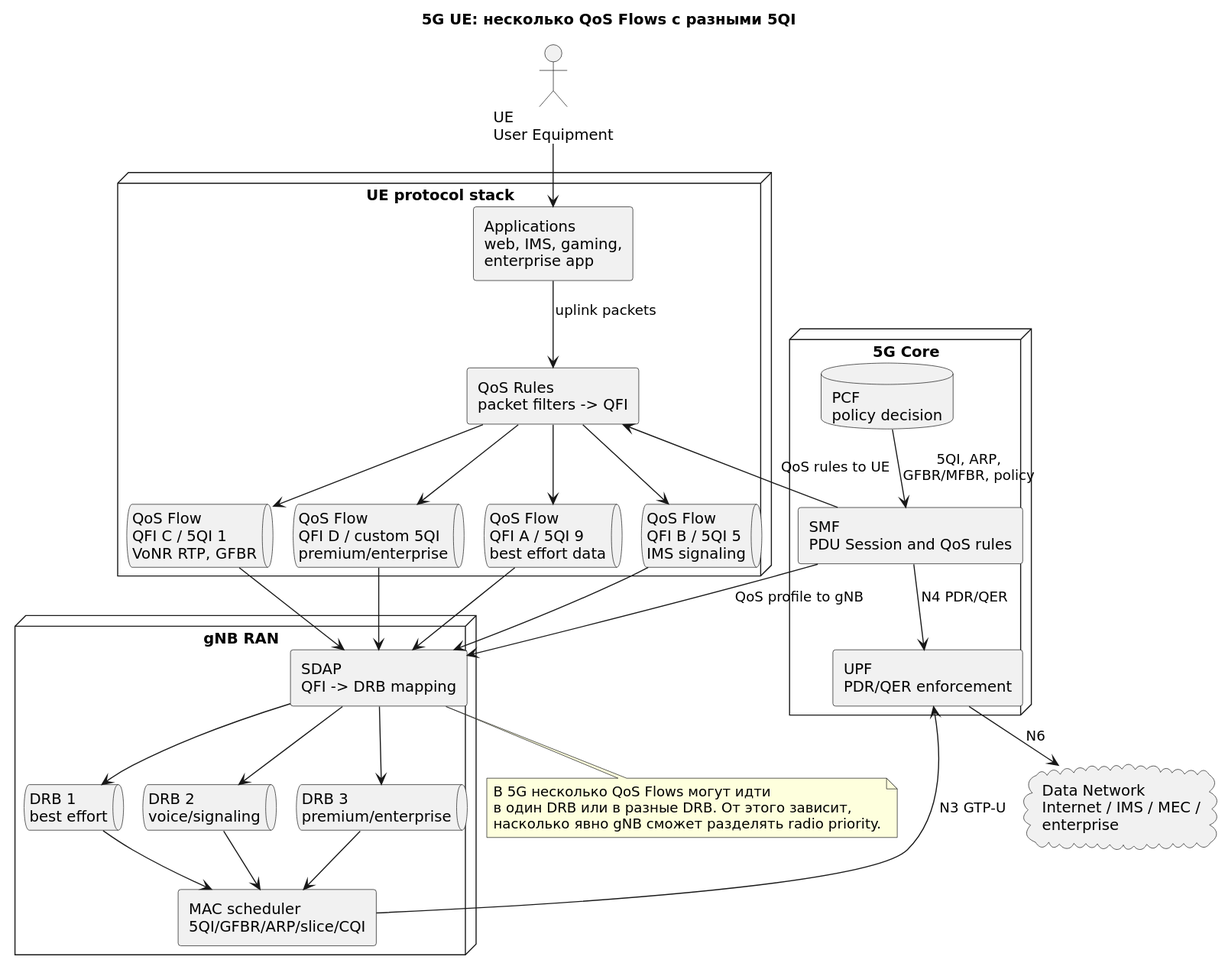
This is docs/mobile-network-qos/diagrams/rendered/ue-multiple-qos-5g.svg from jvbistrue-art/Analitics, a PlantUML export, as it was before one commit. Its diagram source:
```plantuml
@startuml
!pragma layout smetana
skinparam componentStyle rectangle
skinparam shadowing false
skinparam defaultFontName DejaVu Sans
title 5G UE: несколько QoS Flows с разными 5QI

actor "UE\nUser Equipment" as UE
node "UE protocol stack" as UESTACK {
  rectangle "Applications\nweb, IMS, gaming,\nenterprise app" as APPS
  rectangle "QoS Rules\npacket filters -> QFI" as QRULES
  queue "QoS Flow\nQFI A / 5QI 9\nbest effort data" as Q9
  queue "QoS Flow\nQFI B / 5QI 5\nIMS signaling" as Q5
  queue "QoS Flow\nQFI C / 5QI 1\nVoNR RTP, GFBR" as Q1
  queue "QoS Flow\nQFI D / custom 5QI\npremium/enterprise" as QC
}
node "gNB RAN" as GNB {
  rectangle "SDAP\nQFI -> DRB mapping" as SDAP
  queue "DRB 1\nbest effort" as DRB1
  queue "DRB 2\nvoice/signaling" as DRB2
  queue "DRB 3\npremium/enterprise" as DRB3
  rectangle "MAC scheduler\n5QI/GFBR/ARP/slice/CQI" as SCH
}
node "5G Core" as CORE {
  rectangle "SMF\nPDU Session and QoS rules" as SMF
  rectangle "UPF\nPDR/QER enforcement" as UPF
  database "PCF\npolicy decision" as PCF
}
cloud "Data Network\nInternet / IMS / MEC /\nenterprise" as DN

UE --> APPS
APPS --> QRULES : uplink packets
QRULES --> Q9
QRULES --> Q5
QRULES --> Q1
QRULES --> QC
Q9 --> SDAP
Q5 --> SDAP
Q1 --> SDAP
QC --> SDAP
SDAP --> DRB1
SDAP --> DRB2
SDAP --> DRB3
DRB1 --> SCH
DRB2 --> SCH
DRB3 --> SCH
SCH --> UPF : N3 GTP-U
UPF --> DN : N6
PCF --> SMF : 5QI, ARP,\nGFBR/MFBR, policy
SMF --> QRULES : QoS rules to UE
SMF --> SDAP : QoS profile to gNB
SMF --> UPF : N4 PDR/QER

note bottom of SDAP
В 5G несколько QoS Flows могут идти
в один DRB или в разные DRB. От этого зависит,
насколько явно gNB сможет разделять radio priority.
end note
@enduml
```
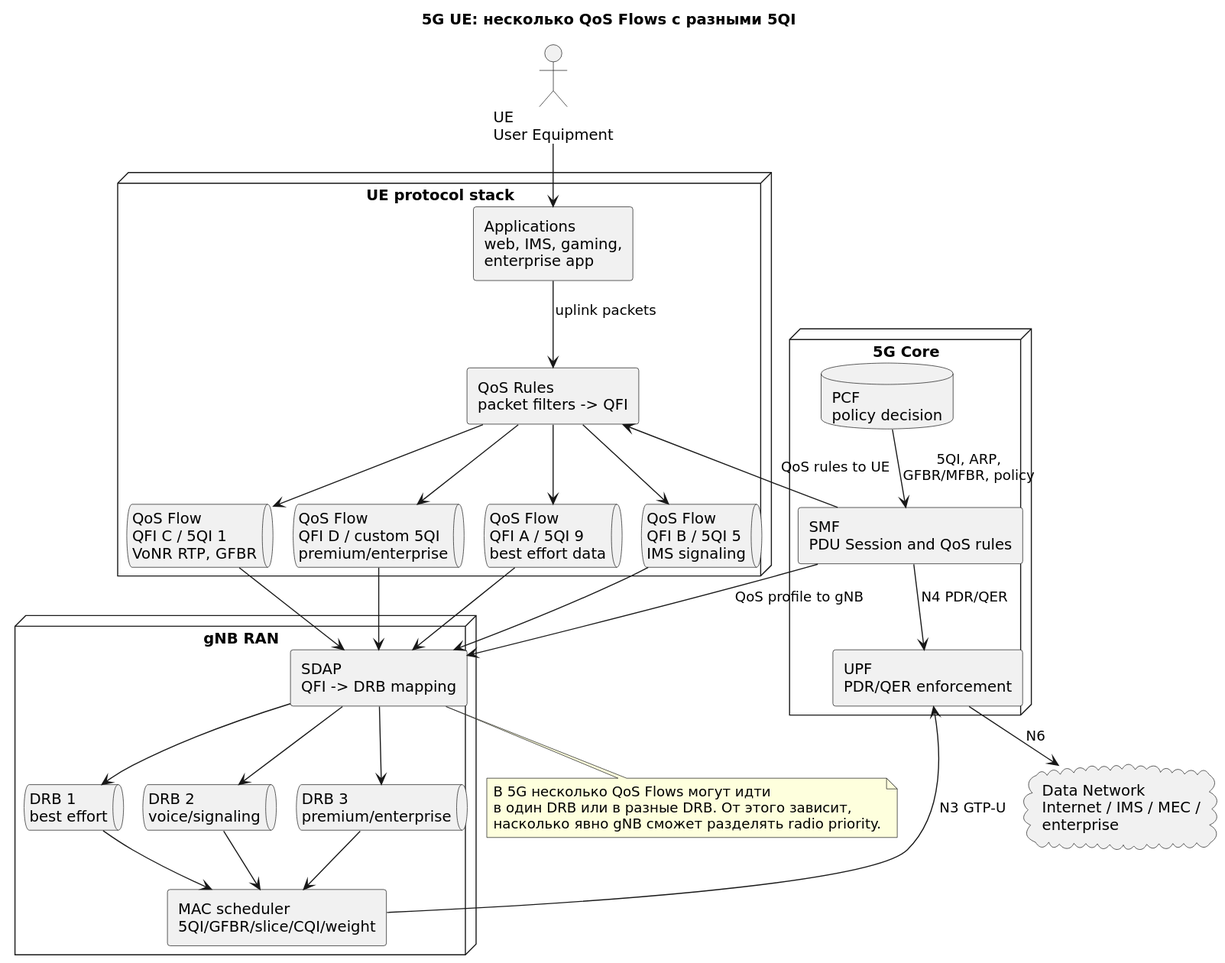
Above is the later version.

The edit, as a diff of the source:
```diff
@@ -19,7 +19,7 @@
   queue "DRB 1\nbest effort" as DRB1
   queue "DRB 2\nvoice/signaling" as DRB2
   queue "DRB 3\npremium/enterprise" as DRB3
-  rectangle "MAC scheduler\n5QI/GFBR/ARP/slice/CQI" as SCH
+  rectangle "MAC scheduler\n5QI/GFBR/slice/CQI/weight" as SCH
 }
 node "5G Core" as CORE {
   rectangle "SMF\nPDU Session and QoS rules" as SMF
```
